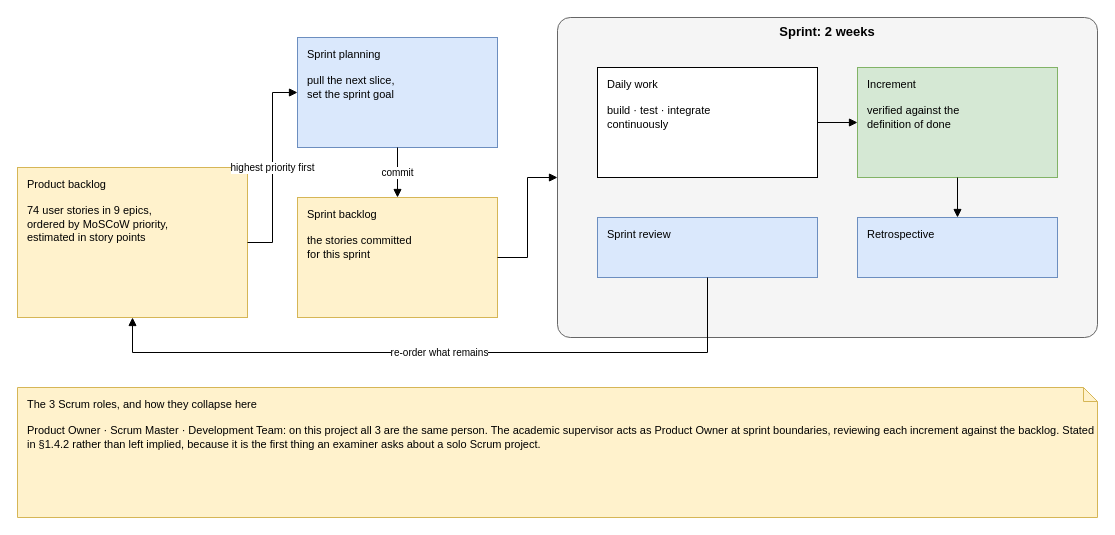
inkwell-dev/spec.inkwell.ai keeps this draw.io diagram as diagrams/fig-1-1-scrum-framework/fig-1-1-scrum-framework.drawio. Above is the earlier version. Source tidied: cells renumbered, new cells numbered last; positions are measured from the earlier drawing's top-left corner, leaving out a move shared by most shapes. Both pictures are drawn from the tidied source at 100%, with x=0, y=0 at pixel (17, 17).
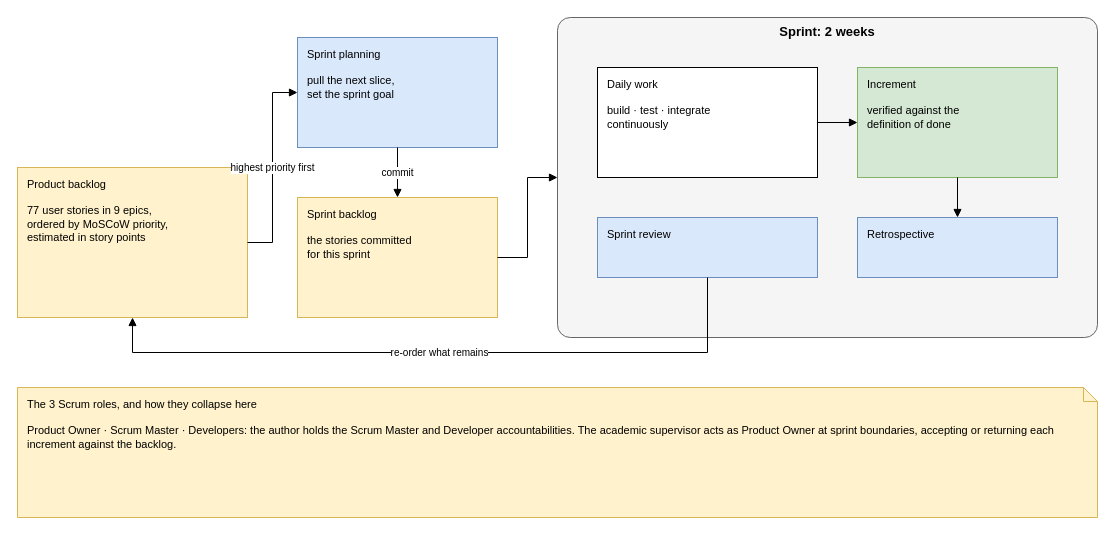
After the change.

Diff of the diagram source:
```diff
@@
 <mxGraphModel>
   <root>
     <mxCell id="0" />
     <mxCell id="1" parent="0" />
-    <mxCell id="2" value="Product backlog&lt;br&gt;&lt;br&gt;74 user stories in 9 epics,&lt;br&gt;ordered by MoSCoW priority,&lt;br&gt;estimated in story points" style="rounded=0;whiteSpace=wrap;html=1;verticalAlign=top;align=left;spacingLeft=8;spacingTop=4;fontSize=11;fillColor=#FFF2CC;strokeColor=#D6B656;" parent="1" vertex="1">
+    <mxCell id="2" value="Product backlog&lt;br&gt;&lt;br&gt;77 user stories in 9 epics,&lt;br&gt;ordered by MoSCoW priority,&lt;br&gt;estimated in story points" style="rounded=0;whiteSpace=wrap;html=1;verticalAlign=top;align=left;spacingLeft=8;spacingTop=4;fontSize=11;fillColor=#FFF2CC;strokeColor=#D6B656;" parent="1" vertex="1">
       <mxGeometry y="150" width="230" height="150" as="geometry" />
     </mxCell>
     <mxCell id="3" value="Sprint planning&lt;br&gt;&lt;br&gt;pull the next slice,&lt;br&gt;set the sprint goal" style="rounded=0;whiteSpace=wrap;html=1;verticalAlign=top;align=left;spacingLeft=8;spacingTop=4;fontSize=11;fillColor=#DAE8FC;strokeColor=#6C8EBF;" parent="1" vertex="1">
       <mxGeometry x="280" y="20" width="200" height="110" as="geometry" />
     </mxCell>
     <mxCell id="4" value="Sprint backlog&lt;br&gt;&lt;br&gt;the stories committed&lt;br&gt;for this sprint" style="rounded=0;whiteSpace=wrap;html=1;verticalAlign=top;align=left;spacingLeft=8;spacingTop=4;fontSize=11;fillColor=#FFF2CC;strokeColor=#D6B656;" parent="1" vertex="1">
       <mxGeometry x="280" y="180" width="200" height="120" as="geometry" />
     </mxCell>
     <mxCell id="5" value="Sprint: 2 weeks" style="rounded=1;whiteSpace=wrap;html=1;verticalAlign=top;fontStyle=1;fontSize=13;arcSize=4;fillColor=#F5F5F5;strokeColor=#666666;" parent="1" vertex="1">
       <mxGeometry x="540" width="540" height="320" as="geometry" />
     </mxCell>
     <mxCell id="6" value="Daily work&lt;br&gt;&lt;br&gt;build · test · integrate&lt;br&gt;continuously" style="rounded=0;whiteSpace=wrap;html=1;verticalAlign=top;align=left;spacingLeft=8;spacingTop=4;fontSize=11;fillColor=#FFFFFF;strokeColor=#000000;" parent="1" vertex="1">
       <mxGeometry x="580" y="50" width="220" height="110" as="geometry" />
     </mxCell>
     <mxCell id="7" value="Increment&lt;br&gt;&lt;br&gt;verified against the&lt;br&gt;definition of done" style="rounded=0;whiteSpace=wrap;html=1;verticalAlign=top;align=left;spacingLeft=8;spacingTop=4;fontSize=11;fillColor=#D5E8D4;strokeColor=#82B366;" parent="1" vertex="1">
       <mxGeometry x="840" y="50" width="200" height="110" as="geometry" />
     </mxCell>
     <mxCell id="8" value="Sprint review" style="rounded=0;whiteSpace=wrap;html=1;verticalAlign=top;align=left;spacingLeft=8;spacingTop=4;fontSize=11;fillColor=#DAE8FC;strokeColor=#6C8EBF;" parent="1" vertex="1">
       <mxGeometry x="580" y="200" width="220" height="60" as="geometry" />
     </mxCell>
     <mxCell id="9" value="Retrospective" style="rounded=0;whiteSpace=wrap;html=1;verticalAlign=top;align=left;spacingLeft=8;spacingTop=4;fontSize=11;fillColor=#DAE8FC;strokeColor=#6C8EBF;" parent="1" vertex="1">
       <mxGeometry x="840" y="200" width="200" height="60" as="geometry" />
     </mxCell>
-    <mxCell id="10" value="The 3 Scrum roles, and how they collapse here&lt;br&gt;&lt;br&gt;Product Owner · Scrum Master · Development Team: on this project all 3 are the same person. The academic supervisor acts as Product Owner at sprint boundaries, reviewing each increment against the backlog. Stated in §1.4.2 rather than left implied, because it is the first thing an examiner asks about a solo Scrum project." style="shape=note;whiteSpace=wrap;html=1;size=14;fontSize=11;align=left;verticalAlign=top;spacingLeft=8;spacingTop=4;fillColor=#FFF2CC;strokeColor=#D6B656;" parent="1" vertex="1">
+    <mxCell id="10" value="The 3 Scrum roles, and how they collapse here&lt;br&gt;&lt;br&gt;Product Owner · Scrum Master · Developers: the author holds the Scrum Master and Developer accountabilities. The academic supervisor acts as Product Owner at sprint boundaries, accepting or returning each increment against the backlog." style="shape=note;whiteSpace=wrap;html=1;size=14;fontSize=11;align=left;verticalAlign=top;spacingLeft=8;spacingTop=4;fillColor=#FFF2CC;strokeColor=#D6B656;" parent="1" vertex="1">
       <mxGeometry y="370" width="1080" height="130" as="geometry" />
     </mxCell>
     <mxCell id="11" value="highest priority first" style="edgeStyle=orthogonalEdgeStyle;rounded=0;html=1;endArrow=block;endFill=1;fontSize=10;labelBackgroundColor=#FFFFFF;exitX=1;exitY=0.5;exitDx=0;exitDy=0;entryX=0;entryY=0.5;entryDx=0;entryDy=0;" parent="1" edge="1" source="2" target="3">
       <mxGeometry relative="1" as="geometry" />
     </mxCell>
     <mxCell id="12" value="commit" style="edgeStyle=orthogonalEdgeStyle;rounded=0;html=1;endArrow=block;endFill=1;fontSize=10;labelBackgroundColor=#FFFFFF;exitX=0.5;exitY=1;exitDx=0;exitDy=0;entryX=0.5;entryY=0;entryDx=0;entryDy=0;" parent="1" edge="1" source="3" target="4">
       <mxGeometry relative="1" as="geometry" />
     </mxCell>
     <mxCell id="13" style="edgeStyle=orthogonalEdgeStyle;rounded=0;html=1;endArrow=block;endFill=1;fontSize=10;labelBackgroundColor=#FFFFFF;exitX=1;exitY=0.5;exitDx=0;exitDy=0;entryX=0;entryY=0.5;entryDx=0;entryDy=0;" parent="1" edge="1" source="4" target="5">
       <mxGeometry relative="1" as="geometry" />
     </mxCell>
     <mxCell id="14" style="edgeStyle=orthogonalEdgeStyle;rounded=0;html=1;endArrow=block;endFill=1;fontSize=10;labelBackgroundColor=#FFFFFF;exitX=1;exitY=0.5;exitDx=0;exitDy=0;entryX=0;entryY=0.5;entryDx=0;entryDy=0;" parent="1" edge="1" source="6" target="7">
       <mxGeometry relative="1" as="geometry" />
     </mxCell>
     <mxCell id="15" style="edgeStyle=orthogonalEdgeStyle;rounded=0;html=1;endArrow=block;endFill=1;fontSize=10;labelBackgroundColor=#FFFFFF;exitX=0.5;exitY=1;exitDx=0;exitDy=0;entryX=0.5;entryY=0;entryDx=0;entryDy=0;" parent="1" edge="1" source="7" target="9">
       <mxGeometry relative="1" as="geometry" />
     </mxCell>
     <mxCell id="16" value="re-order what remains" style="edgeStyle=orthogonalEdgeStyle;rounded=0;html=1;endArrow=block;endFill=1;fontSize=10;labelBackgroundColor=#FFFFFF;exitX=0.5;exitY=1;exitDx=0;exitDy=0;entryX=0.5;entryY=1;entryDx=0;entryDy=0;" parent="1" edge="1" source="8" target="2">
       <mxGeometry relative="1" as="geometry">
         <Array as="points">
           <mxPoint x="690" y="335" />
           <mxPoint x="115" y="335" />
         </Array>
       </mxGeometry>
     </mxCell>
   </root>
 </mxGraphModel>
```
